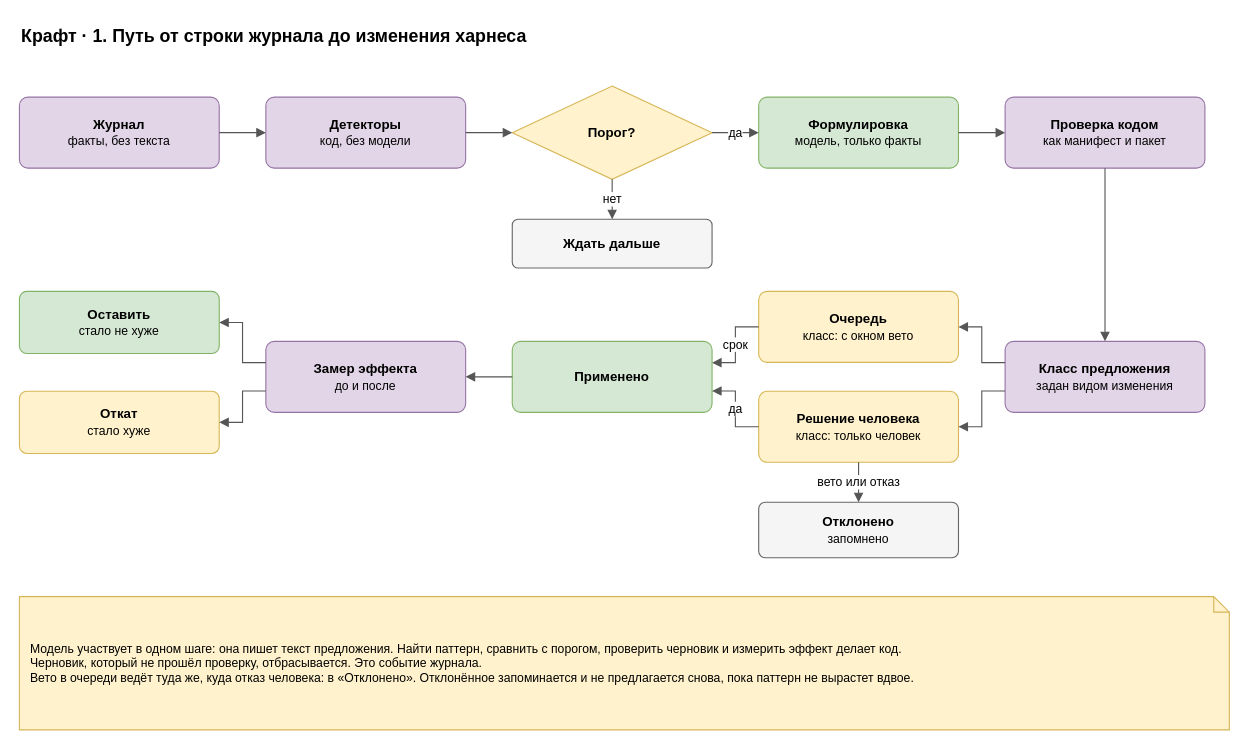
roygkov/reins keeps this draw.io diagram as page "1. Путь предложения" (1 of 7) of docs/spec/harness-craft.drawio. Above is the earlier version. Source tidied: cells renumbered, new cells numbered last; positions are measured from the earlier drawing's top-left corner, leaving out a move shared by most shapes. Both pictures are drawn from the tidied source at 111%, with x=0, y=0 at pixel (19, 19).
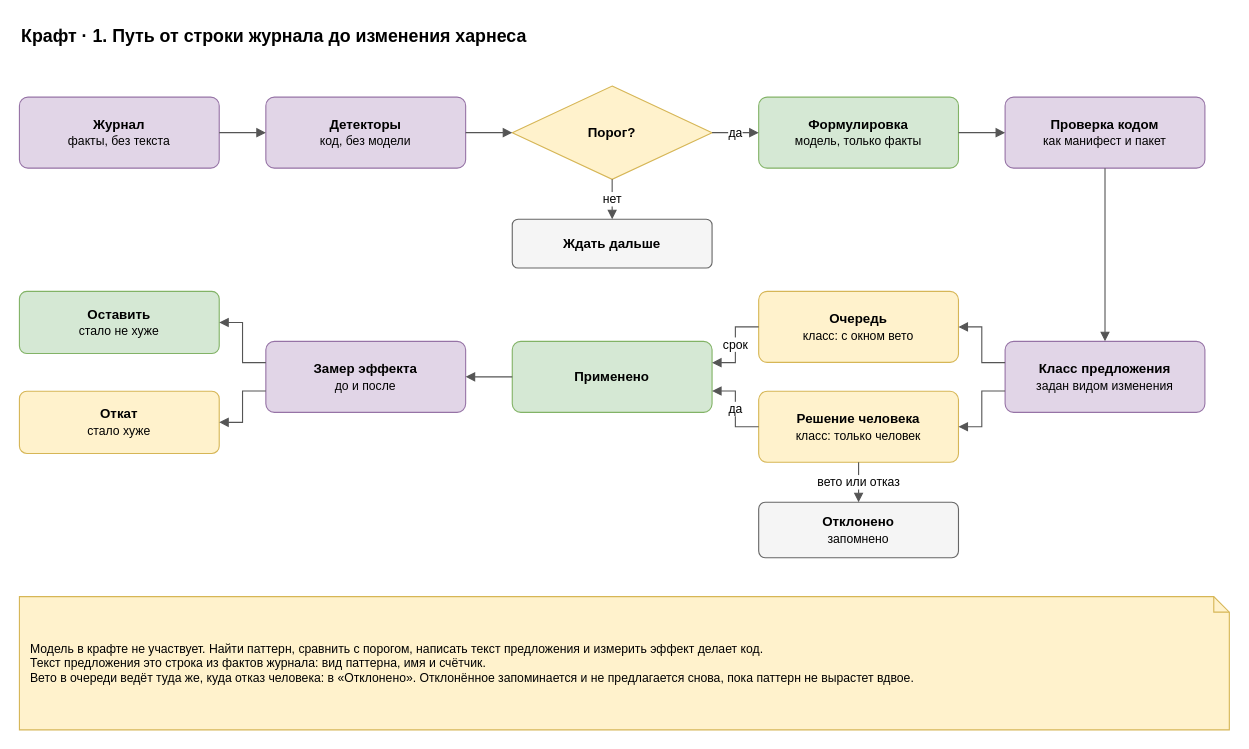
The same diagram, later.

Diff of the diagram source:
```diff
@@
-    <mxCell id="31" value="Модель участвует в одном шаге: она пишет текст предложения. Найти паттерн, сравнить с порогом, проверить черновик и измерить эффект делает код.&lt;br&gt;Черновик, который не прошёл проверку, отбрасывается. Это событие журнала.&lt;br&gt;Вето в очереди ведёт туда же, куда отказ человека: в «Отклонено». Отклонённое запоминается и не предлагается снова, пока паттерн не вырастет вдвое." style="shape=note;whiteSpace=wrap;html=1;backgroundOutline=1;size=14;fillColor=#fff2cc;strokeColor=#d6b656;align=left;spacingLeft=8;spacingRight=8;fontSize=11;" parent="1" vertex="1">
+    <mxCell id="31" value="Модель в крафте не участвует. Найти паттерн, сравнить с порогом, написать текст предложения и измерить эффект делает код.&lt;br&gt;Текст предложения это строка из фактов журнала: вид паттерна, имя и счётчик.&lt;br&gt;Вето в очереди ведёт туда же, куда отказ человека: в «Отклонено». Отклонённое запоминается и не предлагается снова, пока паттерн не вырастет вдвое." style="shape=note;whiteSpace=wrap;html=1;backgroundOutline=1;size=14;fillColor=#fff2cc;strokeColor=#d6b656;align=left;spacingLeft=8;spacingRight=8;fontSize=11;" parent="1" vertex="1">
       <mxGeometry y="520" width="1090" height="120" as="geometry" />
     </mxCell>
```
